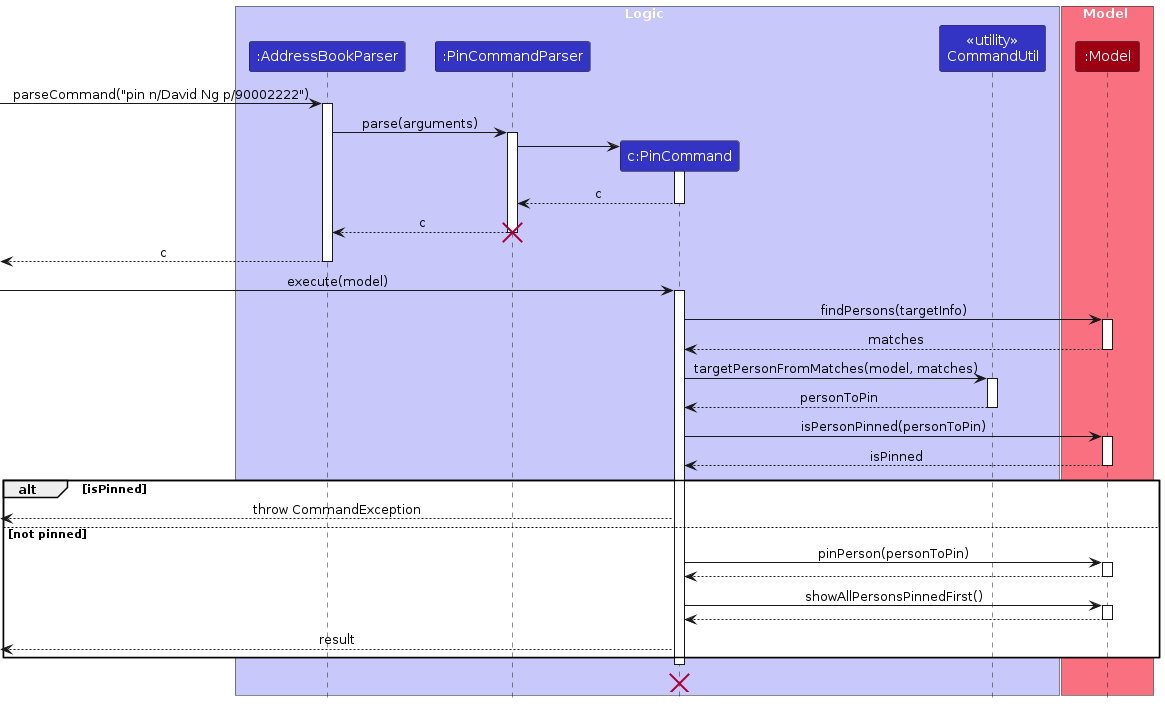
Above: diagrams/PinSequenceDiagram-Logic.png in AY2526S2-CS2103-F08-4/tp (PlantUML), before the change. Its source is kept beside it as diagrams/PinSequenceDiagram-Logic.puml.
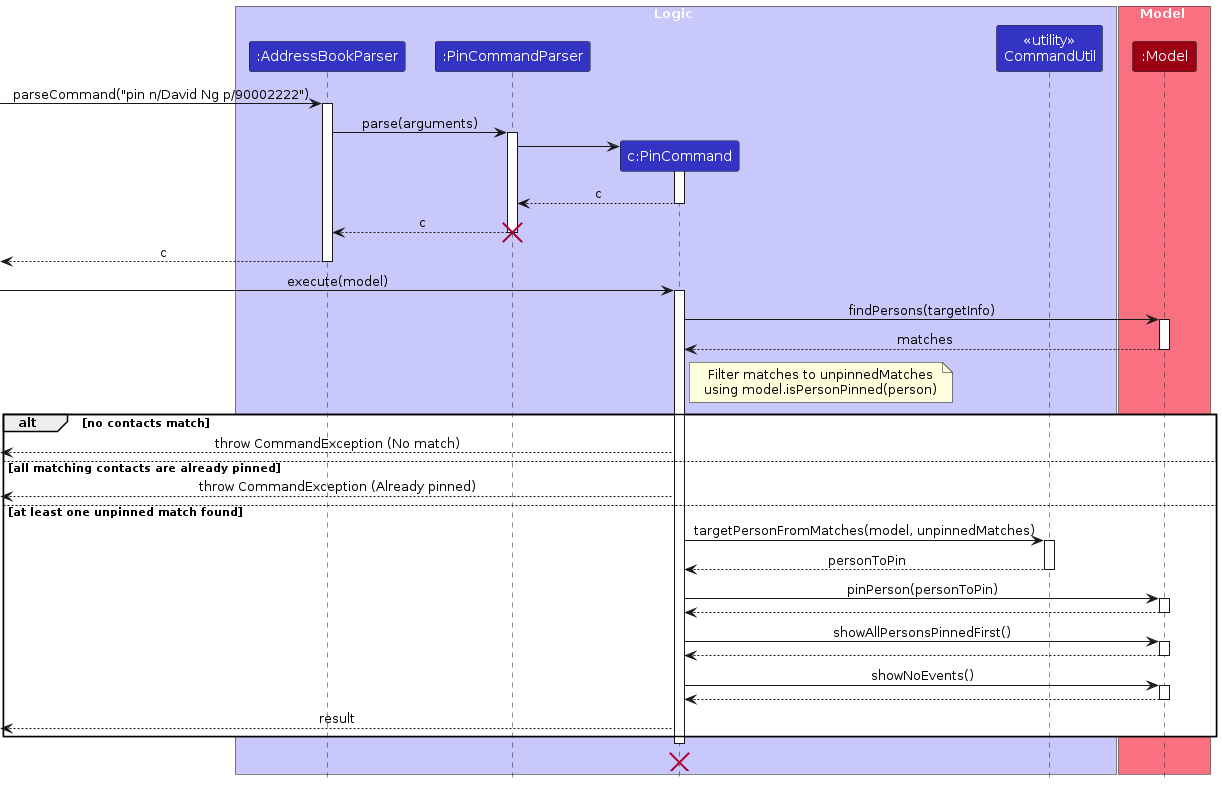
The same diagram one commit later.

The edit, as a diff of the source:
```diff
@@ -40,25 +40,34 @@
 Model --> PinCommand : matches
 deactivate Model
 
-PinCommand -> CommandUtil : targetPersonFromMatches(model, matches)
-activate CommandUtil
-CommandUtil --> PinCommand : personToPin
-deactivate CommandUtil
+note right of PinCommand
+    Filter matches to unpinnedMatches
+    using model.isPersonPinned(person)
+end note
 
-PinCommand -> Model : isPersonPinned(personToPin)
-activate Model
-Model --> PinCommand : isPinned
-deactivate Model
+alt no contacts match
+    [<-- PinCommand : throw CommandException (No match)
 
-alt isPinned
-    [<-- PinCommand : throw CommandException
-else not pinned
+else all matching contacts are already pinned
+    [<-- PinCommand : throw CommandException (Already pinned)
+
+else at least one unpinned match found
+    PinCommand -> CommandUtil : targetPersonFromMatches(model, unpinnedMatches)
+    activate CommandUtil
+    CommandUtil --> PinCommand : personToPin
+    deactivate CommandUtil
+
     PinCommand -> Model : pinPerson(personToPin)
     activate Model
     Model --> PinCommand
     deactivate Model
 
     PinCommand -> Model : showAllPersonsPinnedFirst()
+    activate Model
+    Model --> PinCommand
+    deactivate Model
+
+    PinCommand -> Model : showNoEvents()
     activate Model
     Model --> PinCommand
     deactivate Model
```
